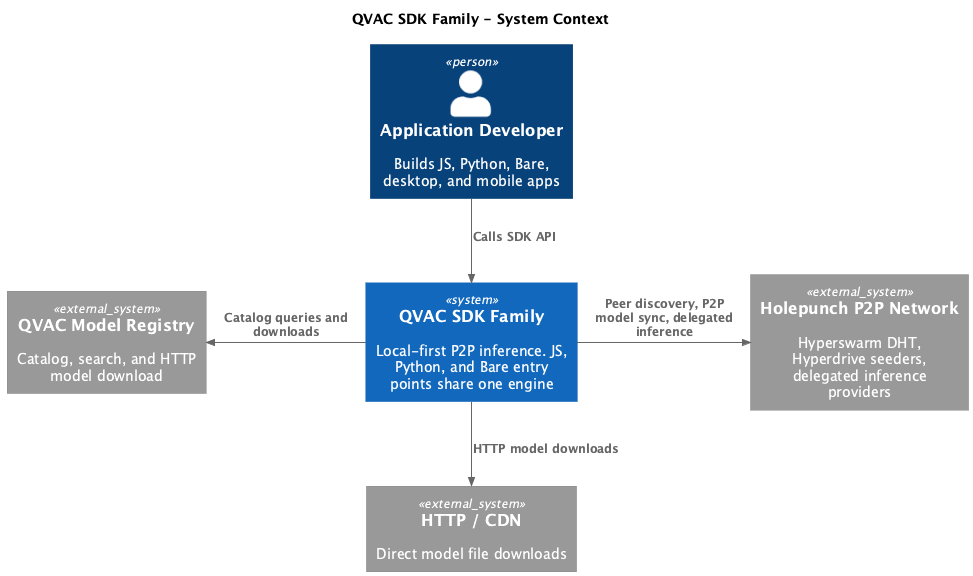
The PlantUML diagram docs/architecture/puml/images/01-system-context.png in tetherto/qvac, before a commit. The source it was exported from:
```plantuml
@startuml
!include <C4/C4_Context>

title QVAC SDK Family - System Context

Person(dev, "Application Developer", "Builds JS, Python, Bare, desktop, and mobile apps")

System(sdk, "QVAC SDK Family", "Local-first P2P inference. JS, Python, and Bare entry points share one engine")

System_Ext(registry, "QVAC Model Registry", "Catalog, search, and HTTP model download")
System_Ext(http, "HTTP / CDN", "Direct model file downloads")
System_Ext(p2p, "Holepunch P2P Network", "Hyperswarm DHT, Hyperdrive seeders, delegated inference providers")

Rel_D(dev, sdk, "Calls SDK API")
Rel_L(sdk, registry, "Catalog queries and downloads")
Rel_D(sdk, http, "HTTP model downloads")
Rel_R(sdk, p2p, "Peer discovery, P2P model sync, delegated inference")

@enduml
```
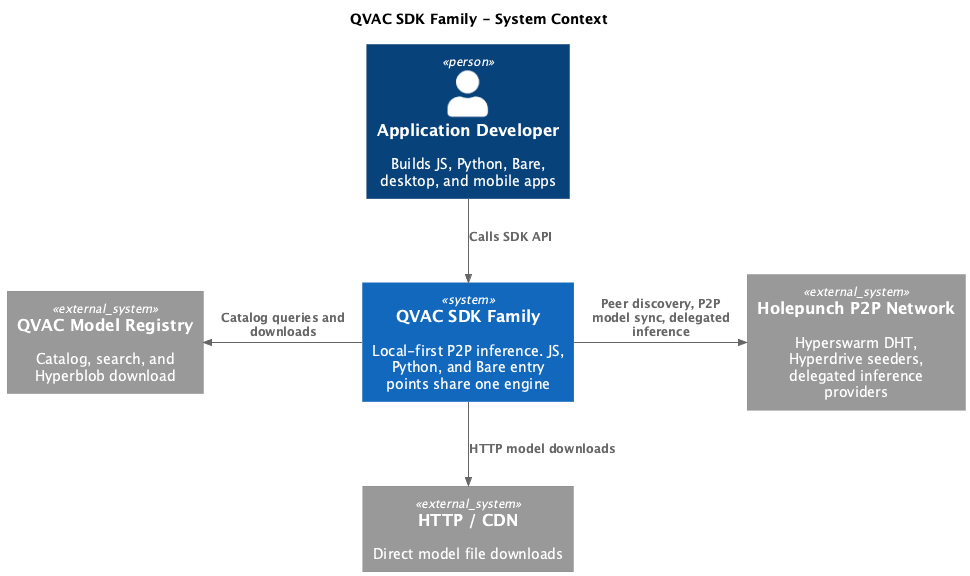
The same diagram one commit later.

What changed in the source:
```diff
@@ -7,7 +7,7 @@
 
 System(sdk, "QVAC SDK Family", "Local-first P2P inference. JS, Python, and Bare entry points share one engine")
 
-System_Ext(registry, "QVAC Model Registry", "Catalog, search, and HTTP model download")
+System_Ext(registry, "QVAC Model Registry", "Catalog, search, and Hyperblob download")
 System_Ext(http, "HTTP / CDN", "Direct model file downloads")
 System_Ext(p2p, "Holepunch P2P Network", "Hyperswarm DHT, Hyperdrive seeders, delegated inference providers")
 
```
